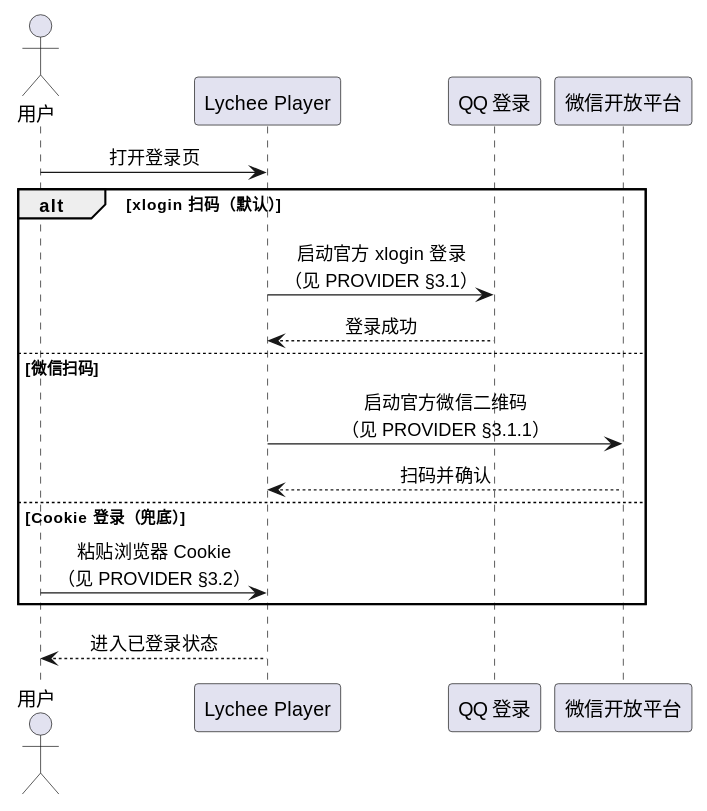
Earlier version of the PlantUML export diagram/seq-login.svg (54m43lJ/LycheePlayer).
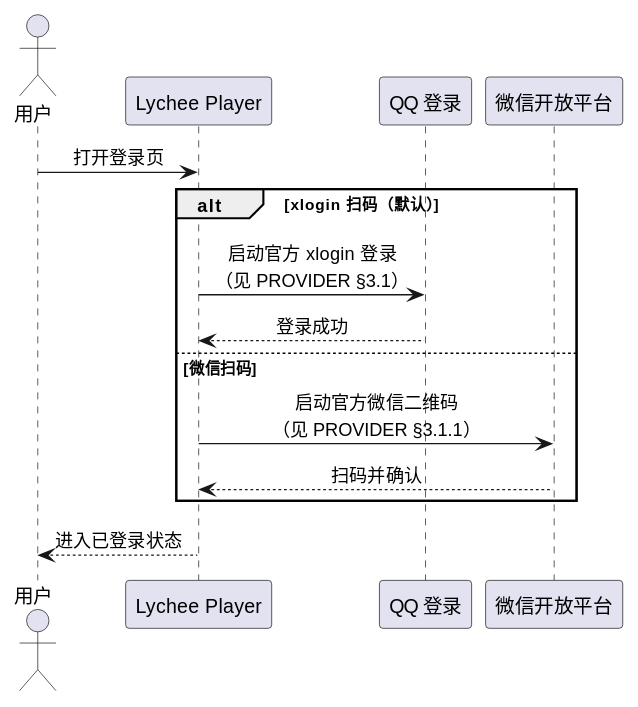
After the commit.

Diff of the diagram source:
```diff
@@ -14,8 +14,6 @@
 else 微信扫码
   APP -> WX : 启动官方微信二维码\n（见 PROVIDER §3.1.1）
   WX --> APP : 扫码并确认
-else Cookie 登录（兜底）
-  U -> APP : 粘贴浏览器 Cookie\n（见 PROVIDER §3.2）
 end
 APP --> U : 进入已登录状态
 @enduml
```
